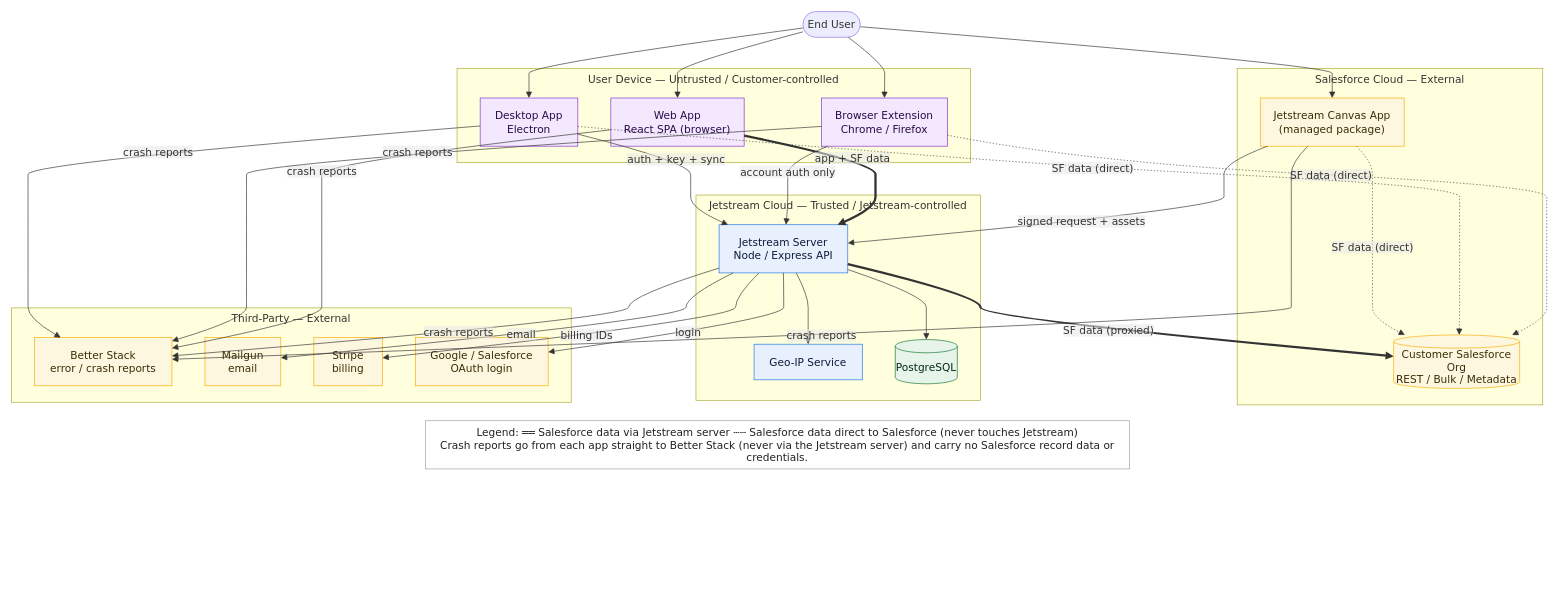
Above: docs/security/data-flow-diagrams/00-system-context.drawio in jetstreamapp/jetstream (draw.io), before the change. Source tidied: cells renumbered, new cells numbered last; positions are measured from the earlier drawing's top-left corner, leaving out a move shared by most shapes. Both pictures are drawn from the tidied source at 66%, with x=0, y=0 at pixel (11, 11).
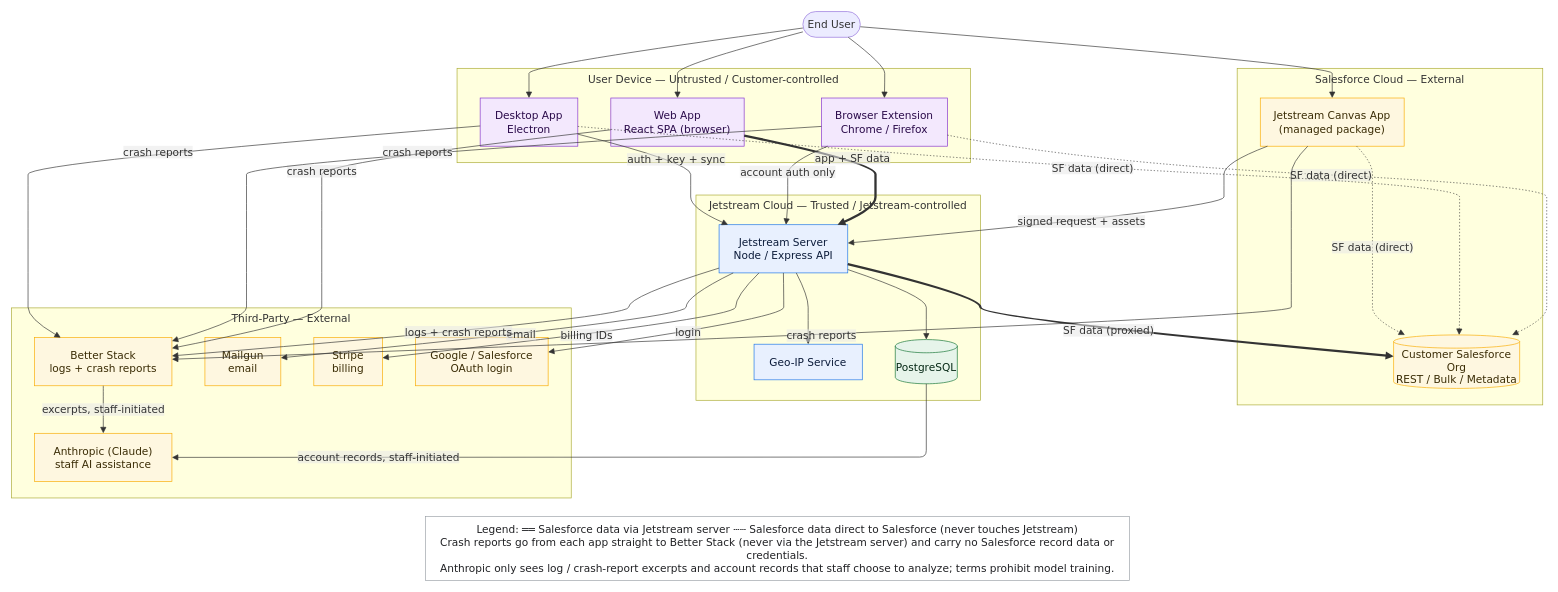
Above is the later version.

Commit message (it also covers changes not shown here):
feat(landing): list Anthropic as a sub-processor

Unchanged cells that the change refers to:
```xml
<mxCell id="7" value="Jetstream Server&#10;Node / Express API" style="html=1;whiteSpace=wrap;strokeWidth=1;fillColor=#e8f0fe;strokeColor=#1a73e8;fontColor=#0b1b3a;fontFamily=Trebuchet MS,Verdana,Arial,sans-serif;fontSize=16;" parent="6" vertex="1">
  <mxGeometry x="35" y="45" width="195" height="73" as="geometry" />
</mxCell>
<mxCell id="8" value="PostgreSQL" style="html=1;shape=cylinder3;boundedLbl=1;backgroundOutline=1;size=10;strokeWidth=1;whiteSpace=wrap;fillColor=#e6f4ea;strokeColor=#137333;fontColor=#062916;fontFamily=Trebuchet MS,Verdana,Arial,sans-serif;fontSize=16;" parent="6" vertex="1">
  <mxGeometry x="302" y="219" width="94" height="67" as="geometry" />
</mxCell>
```

What changed in the source:
```diff
@@
     <mxCell id="16" value="Third-Party — External" style="html=1;whiteSpace=wrap;strokeWidth=1;verticalAlign=top;fillColor=light-dark(#ffffde,#1f2020);strokeColor=light-dark(#aaaa33,#cccccc);fontColor=light-dark(#333333,#cccccc);fontFamily=Trebuchet MS,Verdana,Arial,sans-serif;fontSize=16;" parent="1" vertex="1">
-      <mxGeometry y="449" width="848" height="143" as="geometry" />
+      <mxGeometry y="449" width="848" height="288" as="geometry" />
     </mxCell>
@@
-    <mxCell id="20" value="Better Stack&#10;error / crash reports" style="html=1;whiteSpace=wrap;strokeWidth=1;fillColor=#fef7e0;strokeColor=#f9ab00;fontColor=#3a2c05;fontFamily=Trebuchet MS,Verdana,Arial,sans-serif;fontSize=16;" parent="16" vertex="1">
+    <mxCell id="20" value="Better Stack&#10;logs + crash reports" style="html=1;whiteSpace=wrap;strokeWidth=1;fillColor=#fef7e0;strokeColor=#f9ab00;fontColor=#3a2c05;fontFamily=Trebuchet MS,Verdana,Arial,sans-serif;fontSize=16;" parent="16" vertex="1">
       <mxGeometry x="35" y="45" width="208" height="73" as="geometry" />
     </mxCell>
+    <mxCell id="42" value="Anthropic (Claude)&#10;staff AI assistance" style="html=1;whiteSpace=wrap;strokeWidth=1;fillColor=#fef7e0;strokeColor=#f9ab00;fontColor=#3a2c05;fontFamily=Trebuchet MS,Verdana,Arial,sans-serif;fontSize=16;" parent="16" vertex="1">
+      <mxGeometry x="35" y="190" width="208" height="73" as="geometry" />
+    </mxCell>
@@
-    <mxCell id="22" value="Legend: ══ Salesforce data via Jetstream server ┄┄ Salesforce data direct to Salesforce (never touches Jetstream)&#10;Crash reports go from each app straight to Better Stack (never via the Jetstream server) and carry no Salesforce record data or credentials." style="html=1;whiteSpace=wrap;strokeWidth=1;fillColor=default;strokeColor=#9aa0a6;fontColor=#202124;fontFamily=Trebuchet MS,Verdana,Arial,sans-serif;fontSize=16;" parent="1" vertex="1">
-      <mxGeometry x="627" y="620" width="1067" height="73" as="geometry" />
+    <mxCell id="22" value="Legend: ══ Salesforce data via Jetstream server ┄┄ Salesforce data direct to Salesforce (never touches Jetstream)&#10;Crash reports go from each app straight to Better Stack (never via the Jetstream server) and carry no Salesforce record data or credentials.&#10;Anthropic only sees log / crash-report excerpts and account records that staff choose to analyze; terms prohibit model training." style="html=1;whiteSpace=wrap;strokeWidth=1;fillColor=default;strokeColor=#9aa0a6;fontColor=#202124;fontFamily=Trebuchet MS,Verdana,Arial,sans-serif;fontSize=16;" parent="1" vertex="1">
+      <mxGeometry x="627" y="765" width="1067" height="97" as="geometry" />
     </mxCell>
@@
-    <mxCell id="41" value="crash reports" style="curved=1;startArrow=none;endArrow=block;endSize=7;strokeColor=light-dark(#333333,#cccccc);html=1;fontSize=16;labelBackgroundColor=light-dark(#E8E8E88D,#2a2a2a8D);fontFamily=Trebuchet MS,Verdana,Arial,sans-serif;fontColor=light-dark(#333333,#cccccc);exitX=0;exitY=0.9;entryX=1;entryY=0.38;" parent="1" edge="1" source="7" target="20">
+    <mxCell id="41" value="logs + crash reports" style="curved=1;startArrow=none;endArrow=block;endSize=7;strokeColor=light-dark(#333333,#cccccc);html=1;fontSize=16;labelBackgroundColor=light-dark(#E8E8E88D,#2a2a2a8D);fontFamily=Trebuchet MS,Verdana,Arial,sans-serif;fontColor=light-dark(#333333,#cccccc);exitX=0;exitY=0.9;entryX=1;entryY=0.38;" parent="1" edge="1" source="7" target="20">
       <mxGeometry relative="1" as="geometry">
         <Array as="points">
           <mxPoint x="935" y="431" />
           <mxPoint x="935" y="465" />
         </Array>
       </mxGeometry>
     </mxCell>
+    <mxCell id="43" value="excerpts, staff-initiated" style="curved=1;startArrow=none;endArrow=block;endSize=7;strokeColor=light-dark(#333333,#cccccc);html=1;fontSize=16;labelBackgroundColor=light-dark(#E8E8E88D,#2a2a2a8D);fontFamily=Trebuchet MS,Verdana,Arial,sans-serif;fontColor=light-dark(#333333,#cccccc);exitX=0.5;exitY=1;entryX=0.5;entryY=0;" parent="1" edge="1" source="20" target="42">
+      <mxGeometry relative="1" as="geometry" />
+    </mxCell>
+    <mxCell id="44" value="account records, staff-initiated" style="rounded=1;startArrow=none;endArrow=block;endSize=7;strokeColor=light-dark(#333333,#cccccc);html=1;fontSize=16;labelBackgroundColor=light-dark(#E8E8E88D,#2a2a2a8D);fontFamily=Trebuchet MS,Verdana,Arial,sans-serif;fontColor=light-dark(#333333,#cccccc);exitX=0.5;exitY=1;entryX=1;entryY=0.5;" parent="1" edge="1" source="8" target="42">
+      <mxGeometry x="0.5" relative="1" as="geometry">
+        <Array as="points">
+          <mxPoint x="1386" y="675" />
+        </Array>
+      </mxGeometry>
+    </mxCell>
```
